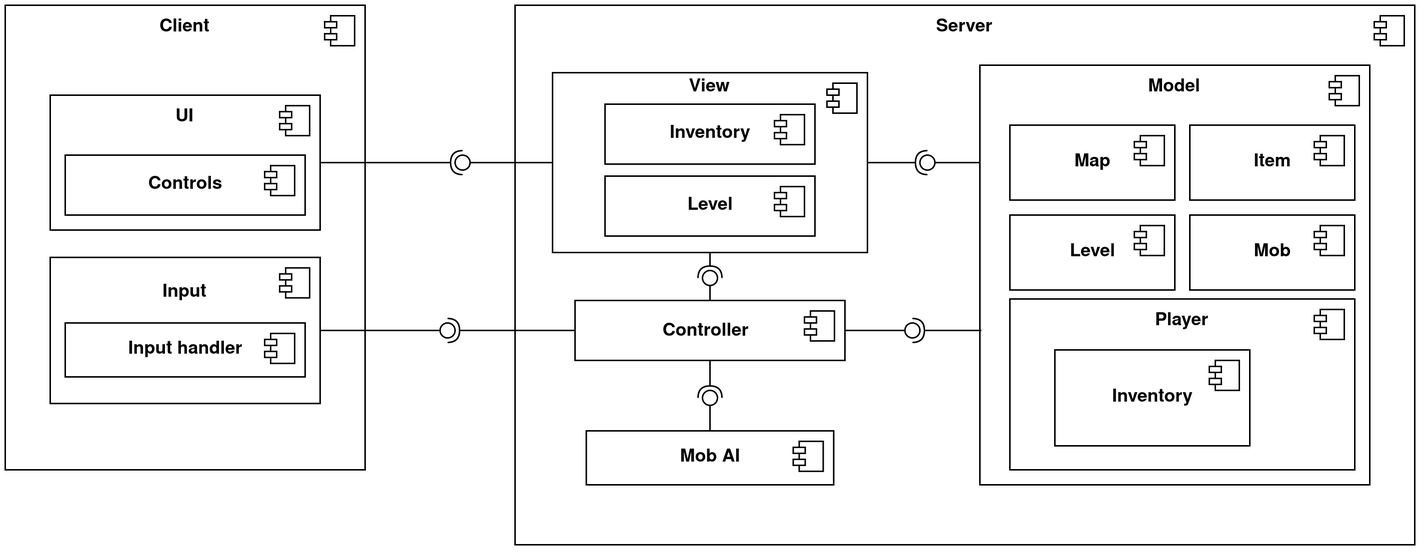
Above: docs/components.png in ekiuled/roguelike (draw.io), before the change. Source tidied: cells renumbered, new cells last; positions are measured from the earlier drawing's top-left corner, leaving out a move shared by most shapes.
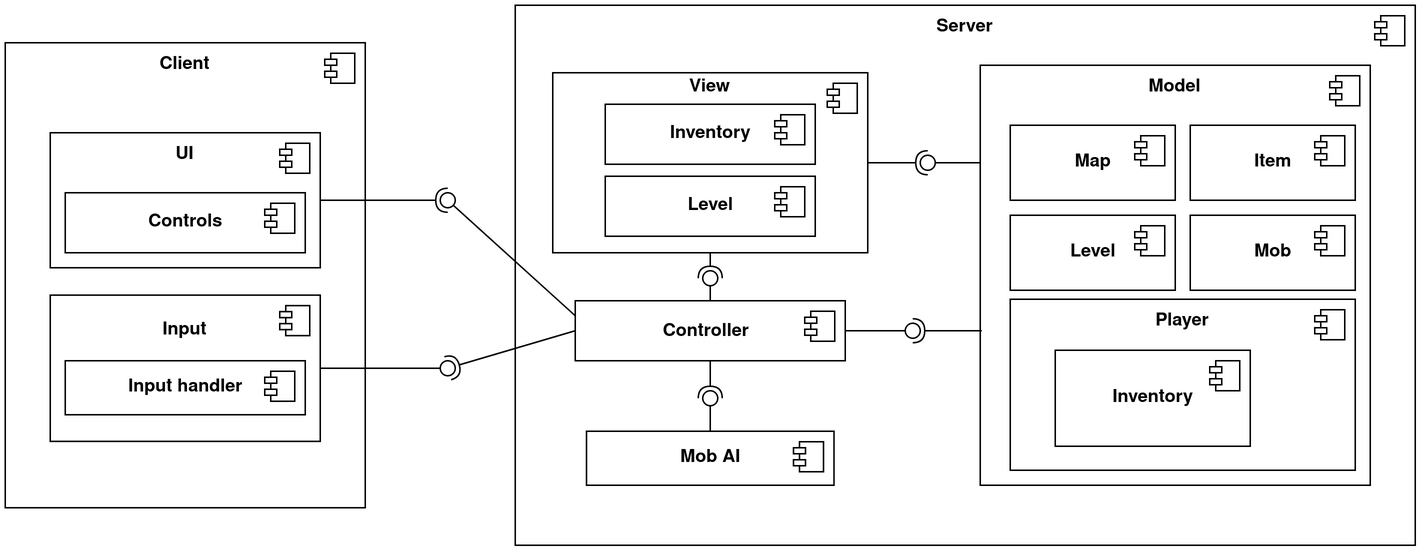
Above is the later version.

Change to the diagram source:
```diff
@@ -3,7 +3,7 @@
     <mxCell id="0" />
     <mxCell id="1" parent="0" />
     <mxCell id="2" style="html=1;" parent="1" vertex="1">
-      <mxGeometry width="240" height="310" as="geometry" />
+      <mxGeometry y="25" width="240" height="310" as="geometry" />
     </mxCell>
     <mxCell id="3" style="shape=module;jettyWidth=8;jettyHeight=4;" parent="2" vertex="1">
       <mxGeometry x="1" width="20" height="20" relative="1" as="geometry">
@@ -11,7 +11,7 @@
       </mxGeometry>
     </mxCell>
     <mxCell id="4" value="Client" style="text;align=center;fontStyle=1;verticalAlign=middle;spacingLeft=3;spacingRight=3;strokeColor=none;" parent="1" vertex="1">
-      <mxGeometry x="80" width="80" height="26" as="geometry" />
+      <mxGeometry x="80" y="25" width="80" height="26" as="geometry" />
     </mxCell>
     <mxCell id="5" style="html=1;" parent="1" vertex="1">
       <mxGeometry x="340" width="600" height="360" as="geometry" />
@@ -25,7 +25,7 @@
       <mxGeometry x="600" width="80" height="26" as="geometry" />
     </mxCell>
     <mxCell id="8" style="html=1;" parent="1" vertex="1">
-      <mxGeometry x="30" y="60" width="180" height="90" as="geometry" />
+      <mxGeometry x="30" y="85" width="180" height="90" as="geometry" />
     </mxCell>
     <mxCell id="9" style="shape=module;jettyWidth=8;jettyHeight=4;" parent="8" vertex="1">
       <mxGeometry x="1" width="20" height="20" relative="1" as="geometry">
@@ -33,7 +33,7 @@
       </mxGeometry>
     </mxCell>
     <mxCell id="10" style="html=1;" parent="1" vertex="1">
-      <mxGeometry x="30" y="168.2" width="180" height="97.5" as="geometry" />
+      <mxGeometry x="30" y="193.2" width="180" height="97.5" as="geometry" />
     </mxCell>
     <mxCell id="11" style="shape=module;jettyWidth=8;jettyHeight=4;" parent="10" vertex="1">
       <mxGeometry x="1" width="20" height="20" relative="1" as="geometry">
@@ -41,10 +41,10 @@
       </mxGeometry>
     </mxCell>
     <mxCell id="12" value="UI" style="text;align=center;fontStyle=1;verticalAlign=middle;spacingLeft=3;spacingRight=3;strokeColor=none;" parent="1" vertex="1">
-      <mxGeometry x="80" y="60" width="80" height="26" as="geometry" />
+      <mxGeometry x="80" y="85" width="80" height="26" as="geometry" />
     </mxCell>
     <mxCell id="13" value="Input" style="text;align=center;fontStyle=1;verticalAlign=middle;spacingLeft=3;spacingRight=3;strokeColor=none;" parent="1" vertex="1">
-      <mxGeometry x="80" y="177" width="80" height="26" as="geometry" />
+      <mxGeometry x="80" y="202" width="80" height="26" as="geometry" />
     </mxCell>
     <mxCell id="14" style="html=1;" parent="1" vertex="1">
       <mxGeometry x="365" y="45" width="210" height="120" as="geometry" />
@@ -75,16 +75,16 @@
       <mxGeometry relative="1" as="geometry" />
     </mxCell>
     <mxCell id="22" style="ellipse;whiteSpace=wrap;html=1;fontFamily=Helvetica;fontSize=12;fontColor=#000000;align=center;strokeColor=#000000;fillColor=#ffffff;points=[];" parent="1" vertex="1">
-      <mxGeometry x="290" y="212" width="10" height="10" as="geometry" />
+      <mxGeometry x="290" y="237" width="10" height="10" as="geometry" />
     </mxCell>
-    <mxCell id="23" style="rounded=0;jettySize=auto;html=1;endArrow=none;endFill=0;exitX=0;exitY=0.5;exitDx=0;exitDy=0;" parent="1" edge="1" source="14" target="25">
+    <mxCell id="23" style="rounded=0;jettySize=auto;html=1;endArrow=none;endFill=0;exitX=0;exitY=0.25;exitDx=0;exitDy=0;" parent="1" edge="1" source="53" target="25">
       <mxGeometry relative="1" as="geometry" />
     </mxCell>
     <mxCell id="24" style="rounded=0;jettySize=auto;html=1;endArrow=halfCircle;endFill=0;entryX=0.5;entryY=0.5;entryDx=0;entryDy=0;endSize=6;strokeWidth=1;exitX=1;exitY=0.5;exitDx=0;exitDy=0;" parent="1" edge="1" source="8" target="25">
       <mxGeometry relative="1" as="geometry" />
     </mxCell>
     <mxCell id="25" style="ellipse;whiteSpace=wrap;html=1;fontFamily=Helvetica;fontSize=12;fontColor=#000000;align=center;strokeColor=#000000;fillColor=#ffffff;points=[];" parent="1" vertex="1">
-      <mxGeometry x="300" y="100" width="10" height="10" as="geometry" />
+      <mxGeometry x="290" y="125" width="10" height="10" as="geometry" />
     </mxCell>
     <mxCell id="26" style="rounded=0;jettySize=auto;html=1;endArrow=none;endFill=0;exitX=1;exitY=0.5;exitDx=0;exitDy=0;" parent="1" edge="1" source="53" target="28">
       <mxGeometry relative="1" as="geometry" />
@@ -150,7 +150,7 @@
       </mxGeometry>
     </mxCell>
     <mxCell id="43" value="&lt;b&gt;Controls&lt;/b&gt;" style="html=1;" parent="1" vertex="1">
-      <mxGeometry x="40" y="100" width="160" height="40" as="geometry" />
+      <mxGeometry x="40" y="125" width="160" height="40" as="geometry" />
     </mxCell>
     <mxCell id="44" style="shape=module;jettyWidth=8;jettyHeight=4;" parent="43" vertex="1">
       <mxGeometry x="1" width="20" height="20" relative="1" as="geometry">
@@ -166,7 +166,7 @@
       </mxGeometry>
     </mxCell>
     <mxCell id="47" value="&lt;b&gt;Input handler&lt;/b&gt;" style="html=1;" parent="1" vertex="1">
-      <mxGeometry x="40" y="212" width="160" height="36" as="geometry" />
+      <mxGeometry x="40" y="237" width="160" height="36" as="geometry" />
     </mxCell>
     <mxCell id="48" style="shape=module;jettyWidth=8;jettyHeight=4;" parent="47" vertex="1">
       <mxGeometry x="1" width="20" height="20" relative="1" as="geometry">
```
